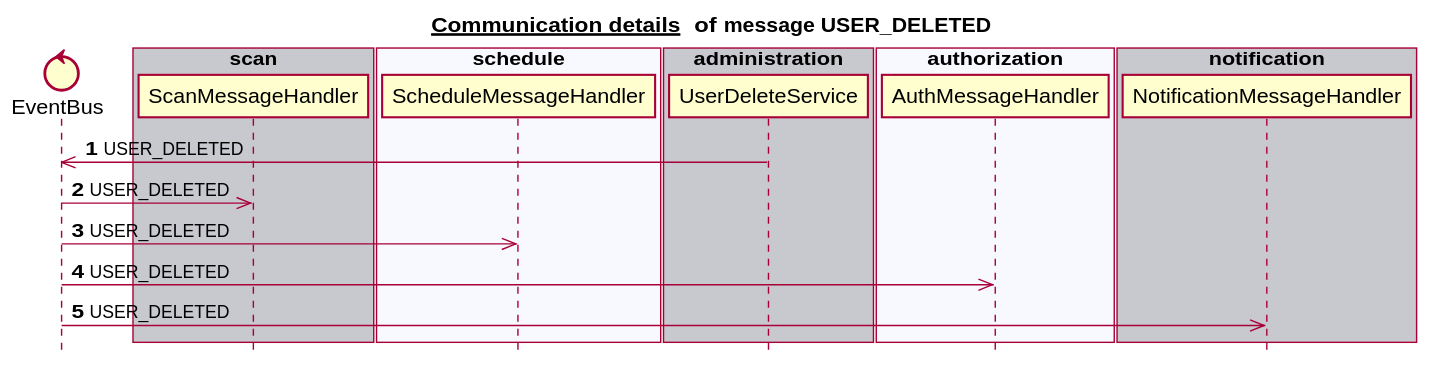
mercedes-benz/sechub keeps this PlantUML diagram as docs/latest/images/gen_domain_messaging_user_deleted.svg. Above is the earlier version.
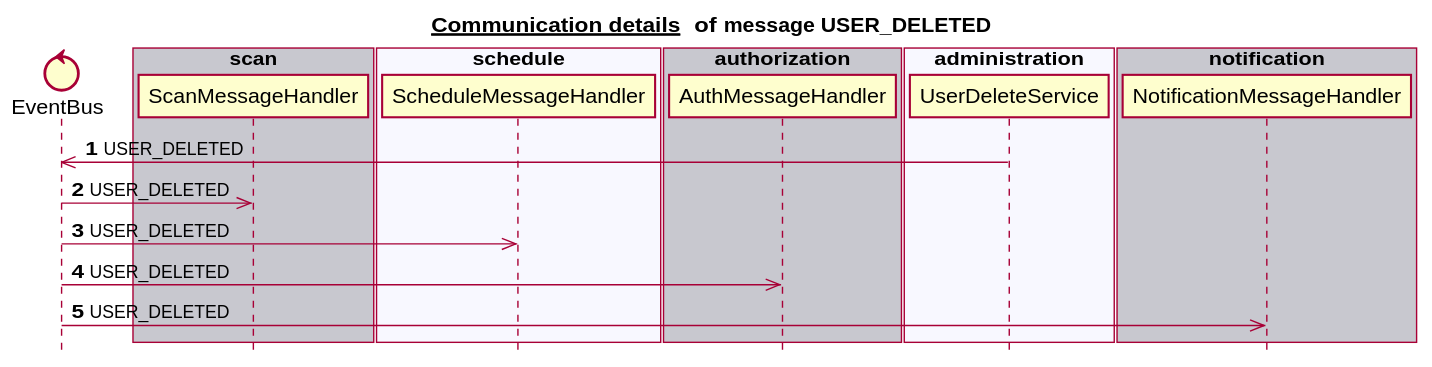
Later version of the same file.

What changed in the source:
```diff
@@ -12,11 +12,11 @@
 box "schedule" #F8F8FF
    participant ScheduleMessageHandler
 end box
-box "administration" #C8C8CF
+box "authorization" #C8C8CF
+   participant AuthMessageHandler
+end box
+box "administration" #F8F8FF
    participant UserDeleteService
-end box
-box "authorization" #F8F8FF
-   participant AuthMessageHandler
 end box
 box "notification" #C8C8CF
    participant NotificationMessageHandler
```
